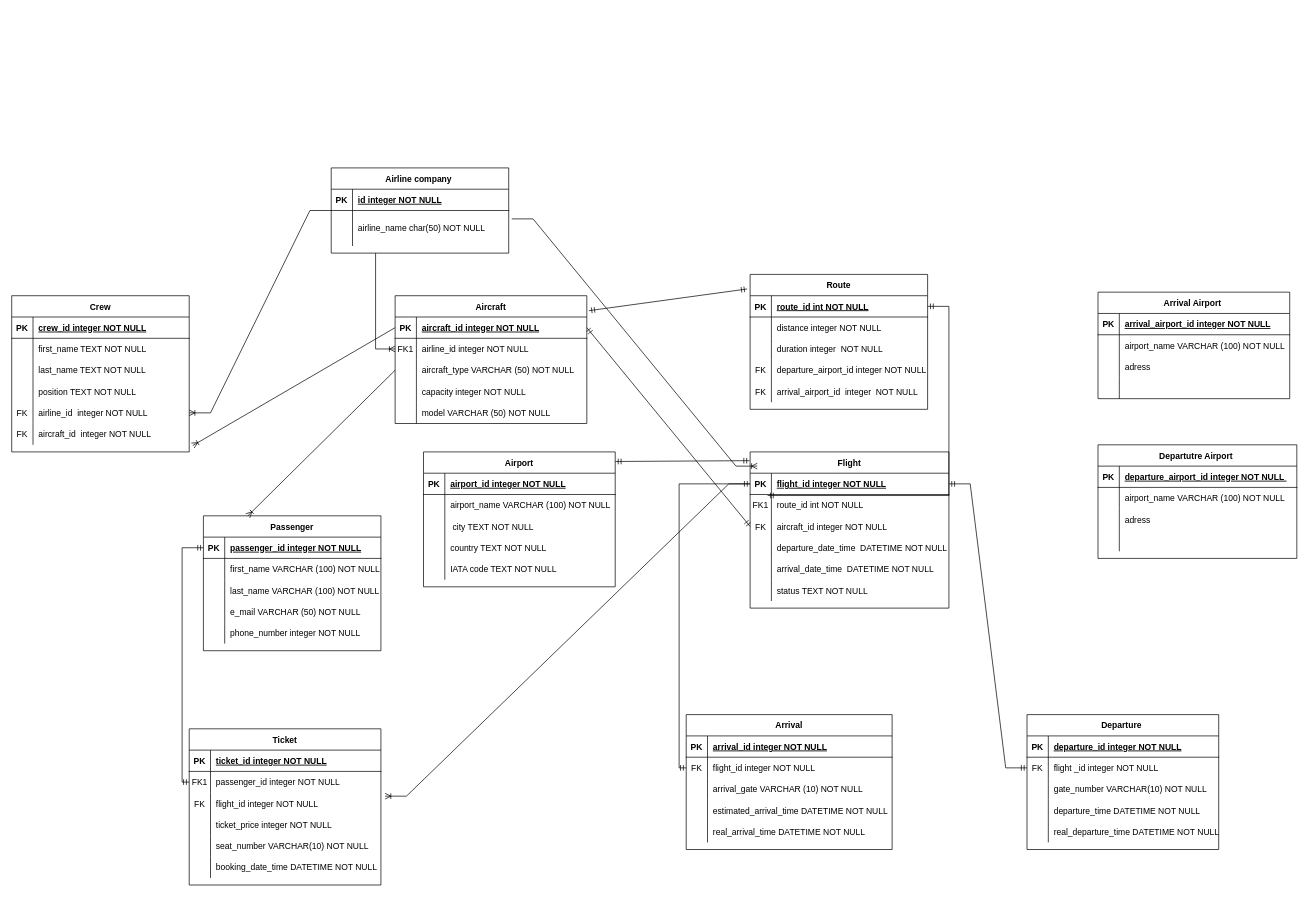
The draw.io diagram model_conceptual.drawio in vladmagosin/examen_sem_1_db, before the edit. Source tidied: cells renumbered, new cells numbered last; positions are measured from the earlier drawing's top-left corner, leaving out a move shared by most shapes. Both pictures are drawn from the tidied source at 71%, with x=0, y=0 at pixel (11, 168).
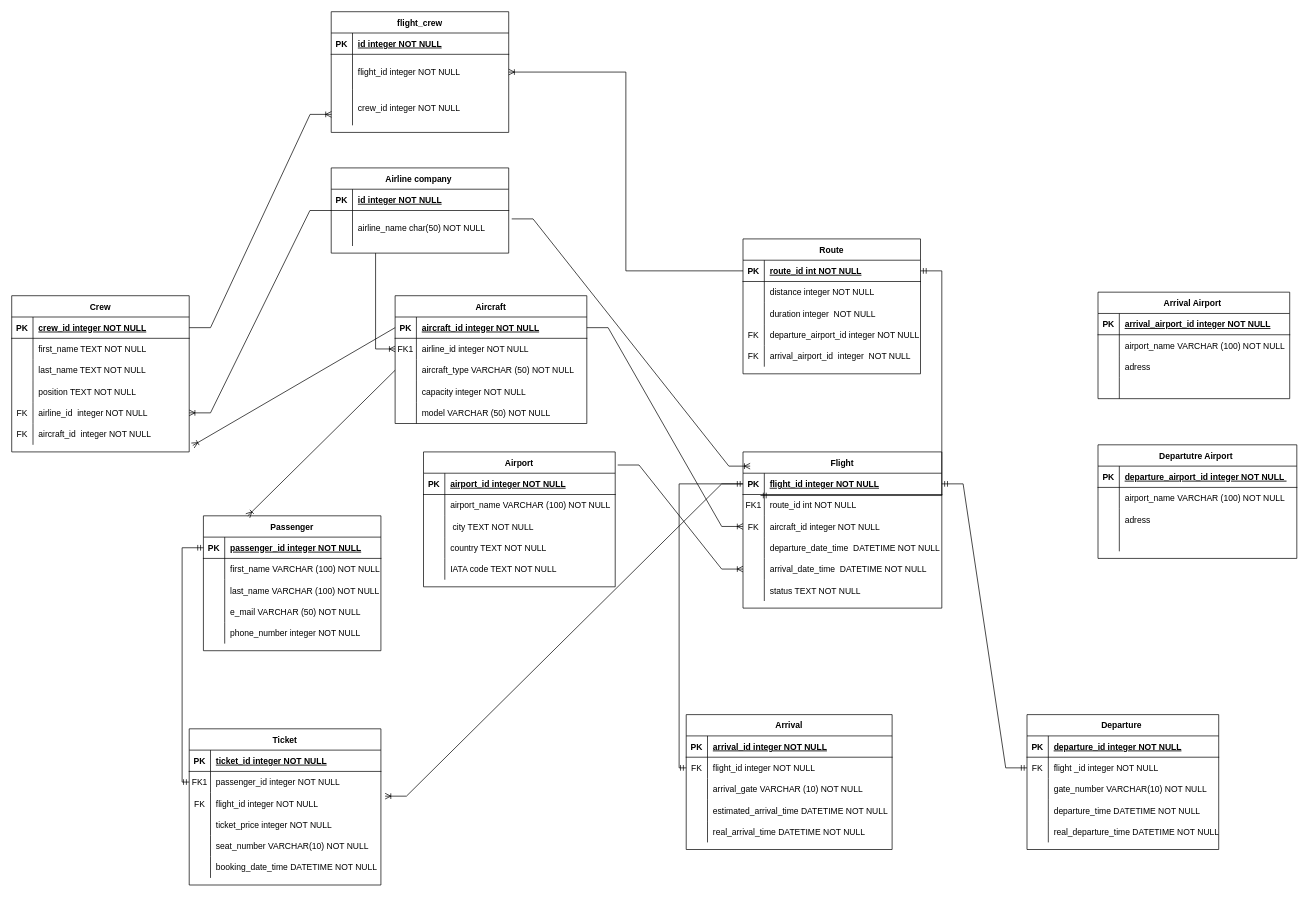
Above is the later version.

Unchanged cells that the change refers to:
```xml
<mxCell id="2" value="Aircraft" style="shape=table;startSize=30;childLayout=tableLayout;rowLines=0;fontStyle=1;align=center;" parent="1" vertex="1">
  <mxGeometry x="540" y="180" width="270" height="180" as="geometry" />
</mxCell>
<mxCell id="3" style="shape=partialRectangle;fillColor=none;points=[[0,0.5],[1,0.5]];portConstraint=eastwest;top=0;left=0;right=0;bottom=1;" parent="2" vertex="1">
  <mxGeometry y="30" width="270" height="30" as="geometry" />
</mxCell>
<mxCell id="48" style="shape=partialRectangle;fillColor=none;points=[[0,0.5],[1,0.5]];portConstraint=eastwest;top=0;left=0;right=0;bottom=0;" parent="41" vertex="1">
  <mxGeometry y="90" width="280" height="30" as="geometry" />
</mxCell>
<mxCell id="54" style="shape=partialRectangle;fillColor=none;points=[[0,0.5],[1,0.5]];portConstraint=eastwest;top=0;left=0;right=0;bottom=0;" parent="41" vertex="1">
  <mxGeometry y="150" width="280" height="30" as="geometry" />
</mxCell>
<mxCell id="61" style="shape=partialRectangle;fillColor=none;points=[[0,0.5],[1,0.5]];portConstraint=eastwest;top=0;left=0;right=0;bottom=1;" parent="60" vertex="1">
  <mxGeometry y="30" width="250" height="30" as="geometry" />
</mxCell>
<mxCell id="80" style="shape=partialRectangle;fillColor=none;points=[[0,0.5],[1,0.5]];portConstraint=eastwest;top=0;left=0;right=0;bottom=1;" parent="79" vertex="1">
  <mxGeometry y="30" width="250" height="30" as="geometry" />
</mxCell>
<mxCell id="95" value="Airport" style="shape=table;startSize=30;childLayout=tableLayout;rowLines=0;fontStyle=1;align=center;" parent="1" vertex="1">
  <mxGeometry x="580" y="400" width="270" height="190" as="geometry" />
</mxCell>
```

The edit, as a diff of the source:
```diff
@@
     <mxCell id="41" value="Flight" style="shape=table;startSize=30;childLayout=tableLayout;rowLines=0;fontStyle=1;align=center;" parent="1" vertex="1">
-      <mxGeometry x="1040" y="400" width="280" height="220" as="geometry" />
+      <mxGeometry x="1030" y="400" width="280" height="220" as="geometry" />
     </mxCell>
@@
     <mxCell id="79" value="Route" style="shape=table;startSize=30;childLayout=tableLayout;rowLines=0;fontStyle=1;align=center;" parent="1" vertex="1">
-      <mxGeometry x="1040" y="150" width="250" height="190" as="geometry" />
+      <mxGeometry x="1030" y="100" width="250" height="190" as="geometry" />
     </mxCell>
@@
-    <mxCell id="193" style="fontSize=12;html=1;endArrow=ERmandOne;startArrow=ERmandOne;rounded=0;exitX=1.011;exitY=0.117;exitDx=0;exitDy=0;exitPerimeter=0;entryX=-0.017;entryY=0.108;entryDx=0;entryDy=0;entryPerimeter=0;" parent="1" edge="1" source="2" target="79">
-      <mxGeometry relative="1" as="geometry" />
-    </mxCell>
-    <mxCell id="194" style="fontSize=12;html=1;endArrow=ERmandOne;startArrow=ERmandOne;rounded=0;entryX=0;entryY=0.5;entryDx=0;entryDy=0;exitX=1;exitY=0.5;exitDx=0;exitDy=0;" parent="1" edge="1" source="3" target="48">
-      <mxGeometry relative="1" as="geometry" />
-    </mxCell>
@@
-    <mxCell id="198" style="fontSize=12;html=1;endArrow=ERmandOne;startArrow=ERmandOne;rounded=0;entryX=-0.003;entryY=0.056;entryDx=0;entryDy=0;entryPerimeter=0;exitX=1.001;exitY=0.071;exitDx=0;exitDy=0;exitPerimeter=0;" parent="1" edge="1" source="95" target="41">
-      <mxGeometry relative="1" as="geometry" />
-    </mxCell>
@@
+    <mxCell id="201" value="flight_crew" style="shape=table;startSize=30;childLayout=tableLayout;rowLines=0;fontStyle=1;align=center;" parent="1" vertex="1">
+      <mxGeometry x="450" y="-220" width="250" height="170" as="geometry" />
+    </mxCell>
+    <mxCell id="202" style="shape=partialRectangle;fillColor=none;top=0;left=0;right=0;bottom=1;" parent="201" vertex="1">
+      <mxGeometry y="30" width="250" height="30" as="geometry" />
+    </mxCell>
+    <mxCell id="203" value="PK" style="shape=partialRectangle;overflow=hidden;fillColor=none;top=0;left=0;bottom=0;right=0;fontStyle=1;" parent="202" vertex="1">
+      <mxGeometry width="30" height="30" as="geometry" />
+    </mxCell>
+    <mxCell id="204" value="id integer NOT NULL " style="shape=partialRectangle;overflow=hidden;fillColor=none;top=0;left=0;bottom=0;right=0;align=left;spacingLeft=6;fontStyle=5;" parent="202" vertex="1">
+      <mxGeometry x="30" width="220" height="30" as="geometry" />
+    </mxCell>
+    <mxCell id="205" style="shape=partialRectangle;fillColor=none;points=[[0,0.5],[1,0.5]];portConstraint=eastwest;top=0;left=0;right=0;bottom=0;" parent="201" vertex="1">
+      <mxGeometry y="60" width="250" height="50" as="geometry" />
+    </mxCell>
+    <mxCell id="206" style="shape=partialRectangle;overflow=hidden;fillColor=none;top=0;left=0;bottom=0;right=0;" parent="205" vertex="1">
+      <mxGeometry width="30" height="50" as="geometry" />
+    </mxCell>
+    <mxCell id="207" value="flight_id integer NOT NULL" style="shape=partialRectangle;overflow=hidden;fillColor=none;top=0;left=0;bottom=0;right=0;align=left;spacingLeft=6;" parent="205" vertex="1">
+      <mxGeometry x="30" width="220" height="50" as="geometry" />
+    </mxCell>
+    <mxCell id="208" style="shape=partialRectangle;fillColor=none;points=[[0,0.5],[1,0.5]];portConstraint=eastwest;top=0;left=0;right=0;bottom=0;" parent="201" vertex="1">
+      <mxGeometry y="110" width="250" height="50" as="geometry" />
+    </mxCell>
+    <mxCell id="209" style="shape=partialRectangle;overflow=hidden;fillColor=none;top=0;left=0;bottom=0;right=0;" parent="208" vertex="1">
+      <mxGeometry width="30" height="50" as="geometry" />
+    </mxCell>
+    <mxCell id="210" value="crew_id integer NOT NULL " style="shape=partialRectangle;overflow=hidden;fillColor=none;top=0;left=0;bottom=0;right=0;align=left;spacingLeft=6;" parent="208" vertex="1">
+      <mxGeometry x="30" width="220" height="50" as="geometry" />
+    </mxCell>
+    <mxCell id="211" style="edgeStyle=entityRelationEdgeStyle;fontSize=12;html=1;endArrow=ERoneToMany;rounded=0;exitX=1;exitY=0.5;exitDx=0;exitDy=0;entryX=0.001;entryY=0.692;entryDx=0;entryDy=0;entryPerimeter=0;" parent="1" edge="1" source="61" target="208">
+      <mxGeometry relative="1" as="geometry" />
+    </mxCell>
+    <mxCell id="212" style="fontSize=12;html=1;endArrow=ERoneToMany;rounded=0;entryX=1;entryY=0.5;entryDx=0;entryDy=0;exitX=0;exitY=0.5;exitDx=0;exitDy=0;edgeStyle=orthogonalEdgeStyle;" parent="1" edge="1" source="80" target="205">
+      <mxGeometry relative="1" as="geometry" />
+    </mxCell>
+    <mxCell id="194" style="edgeStyle=entityRelationEdgeStyle;fontSize=12;html=1;endArrow=ERoneToMany;rounded=0;entryX=0;entryY=0.5;entryDx=0;entryDy=0;" parent="1" edge="1" source="3" target="48">
+      <mxGeometry relative="1" as="geometry" />
+    </mxCell>
+    <mxCell id="213" style="edgeStyle=entityRelationEdgeStyle;fontSize=12;html=1;endArrow=ERoneToMany;rounded=0;exitX=1.013;exitY=0.097;exitDx=0;exitDy=0;exitPerimeter=0;entryX=0;entryY=0.5;entryDx=0;entryDy=0;" parent="1" edge="1" source="95" target="54">
+      <mxGeometry relative="1" as="geometry" />
+    </mxCell>
```
